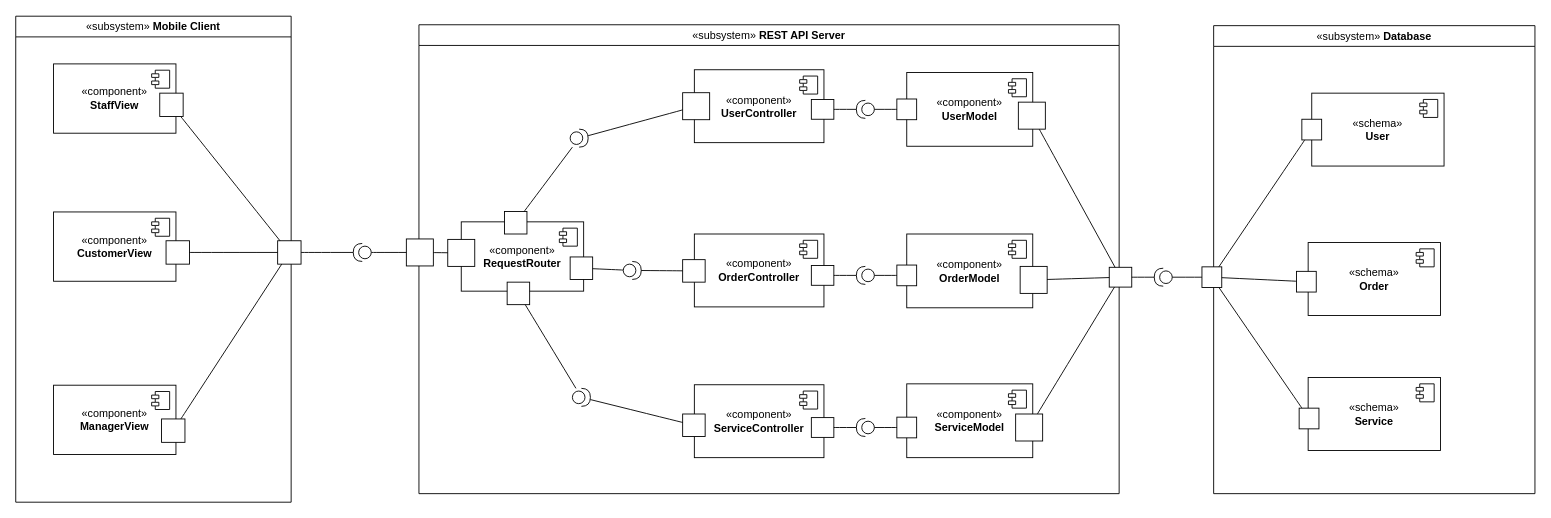
Earlier version of the draw.io diagram component-diagram-petspa.drawio (blueonline07/test-somth). Source tidied: cells renumbered, new cells numbered last; positions are measured from the earlier drawing's top-left corner, leaving out a move shared by most shapes. Both pictures are drawn from the tidied source at 90%, with x=0, y=0 at pixel (15, 16).
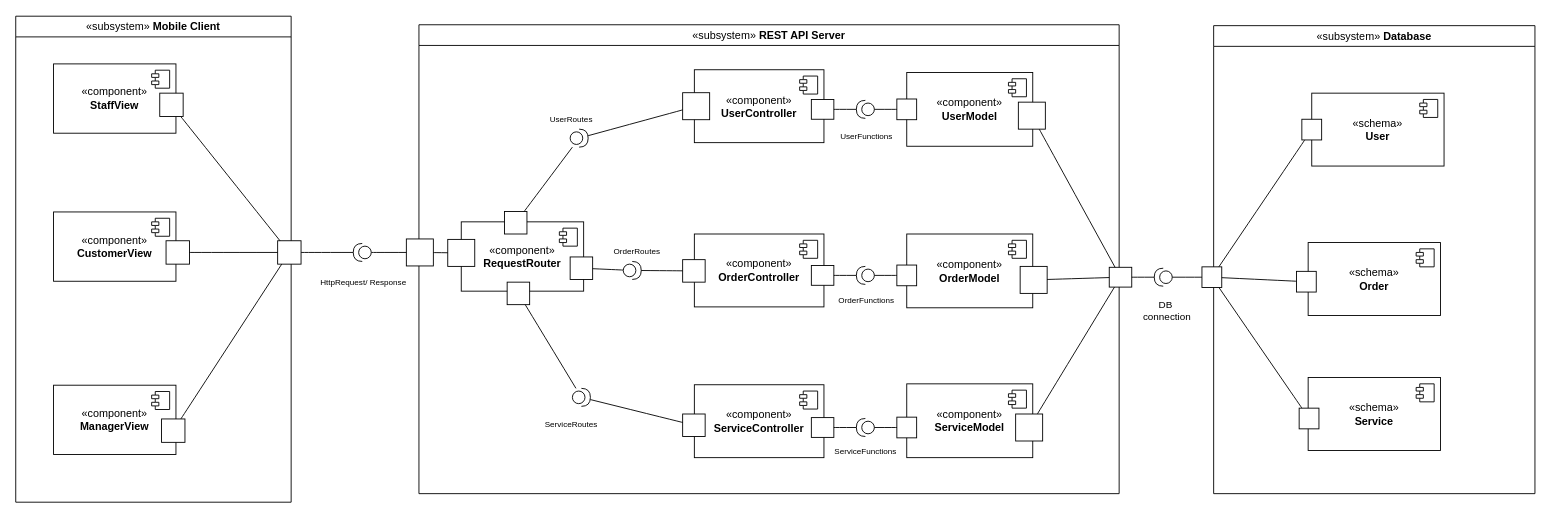
The same page after the edit.

Unchanged cells that the change refers to:
```xml
<mxCell id="2" value="&lt;span style=&quot;font-weight: 400;&quot;&gt;«subsystem»&amp;nbsp;&lt;/span&gt;&lt;b&gt;REST API Server&lt;/b&gt;" style="swimlane;whiteSpace=wrap;html=1;" parent="1" vertex="1">
  <mxGeometry x="448" y="9" width="778" height="521" as="geometry" />
</mxCell>
```

The edit, as a diff of the source:
```diff
@@
+    <mxCell id="91" value="UserFunctions" style="text;html=1;align=center;verticalAlign=middle;strokeColor=none;fillColor=none;fontSize=9;" parent="2" vertex="1">
+      <mxGeometry x="458.5" y="113" width="76" height="22" as="geometry" />
+    </mxCell>
+    <mxCell id="92" value="OrderFunctions" style="text;html=1;align=center;verticalAlign=middle;strokeColor=none;fillColor=none;fontSize=9;" parent="2" vertex="1">
+      <mxGeometry x="457" y="296" width="80" height="22" as="geometry" />
+    </mxCell>
+    <mxCell id="93" value="ServiceFunctions" style="text;html=1;align=center;verticalAlign=middle;strokeColor=none;fillColor=none;fontSize=9;" parent="2" vertex="1">
+      <mxGeometry x="452" y="462.5" width="87" height="22" as="geometry" />
+    </mxCell>
+    <mxCell id="94" value="UserRoutes" style="text;html=1;align=center;verticalAlign=middle;strokeColor=none;fillColor=none;fontSize=9;" parent="2" vertex="1">
+      <mxGeometry x="136" y="94" width="66" height="22" as="geometry" />
+    </mxCell>
+    <mxCell id="95" value="OrderRoutes" style="text;html=1;align=center;verticalAlign=middle;strokeColor=none;fillColor=none;fontSize=9;" parent="2" vertex="1">
+      <mxGeometry x="207" y="241" width="70" height="22" as="geometry" />
+    </mxCell>
+    <mxCell id="96" value="ServiceRoutes" style="text;html=1;align=center;verticalAlign=middle;strokeColor=none;fillColor=none;fontSize=9;" parent="2" vertex="1">
+      <mxGeometry x="130" y="432.5" width="77" height="22" as="geometry" />
+    </mxCell>
@@
+    <mxCell id="97" value="DB&amp;nbsp;&lt;div&gt;connection&lt;/div&gt;" style="text;html=1;align=center;verticalAlign=middle;strokeColor=none;fillColor=none;fontSize=11;" parent="1" vertex="1">
+      <mxGeometry x="1243" y="308" width="71" height="38" as="geometry" />
+    </mxCell>
+    <mxCell id="98" value="HttpRequest/ Response" style="text;html=1;align=center;verticalAlign=middle;strokeColor=none;fillColor=none;fontSize=9;" parent="1" vertex="1">
+      <mxGeometry x="328.5" y="285" width="114" height="22" as="geometry" />
+    </mxCell>
```
